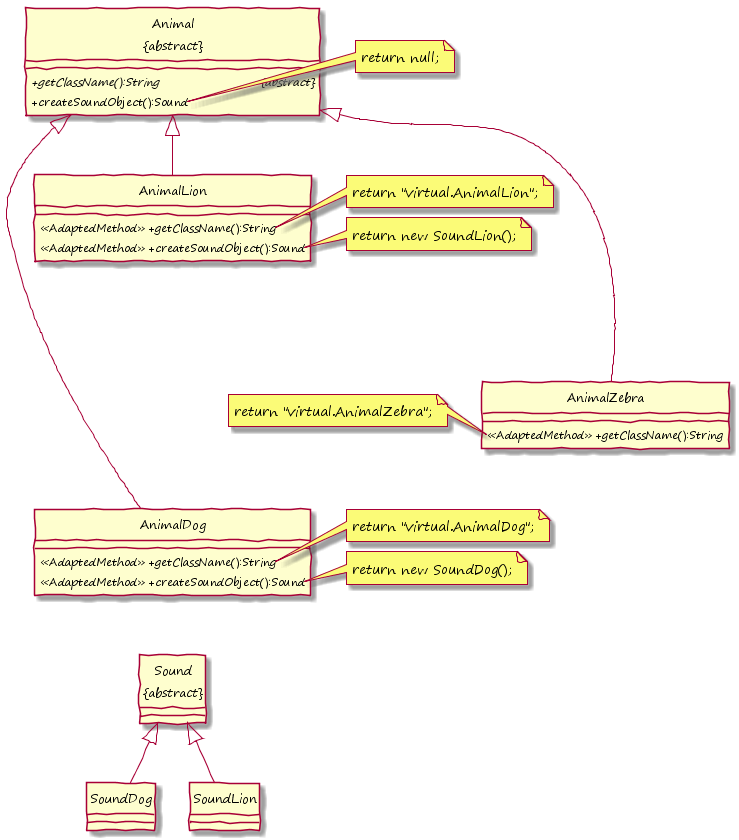
This is images/PlantUML_Modification_Implementation_Out.png from KirstenZa/xtend-etai, a PlantUML export, as it was before one commit.
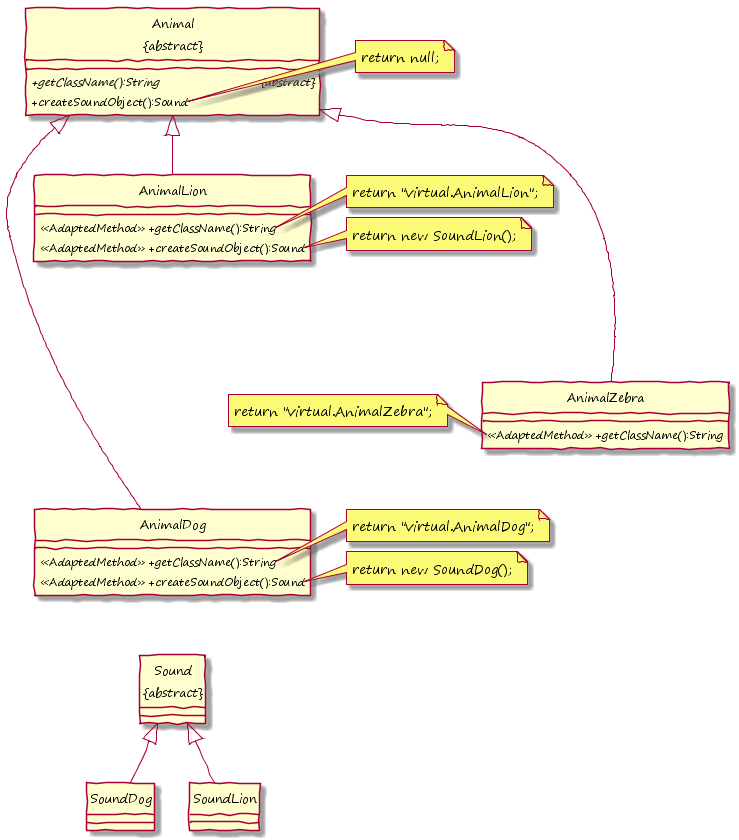
Later version of the same file.

Change to the diagram source:
```diff
@@ -39,27 +39,27 @@
 Animal <|-down- AnimalLion
 Animal <|--down-- AnimalZebra
 
-note right of Animal::createSoundObject
+note right of Animal::createSoundObject()
   return null;
 end note
 
-note right of AnimalDog::getClassName
+note right of AnimalDog::getClassName()
   return "virtual.AnimalDog";
 end note
 
-note right of AnimalDog::createSoundObject
+note right of AnimalDog::createSoundObject()
   return new SoundDog();
 end note
 
-note left of AnimalLion::getClassName
+note left of AnimalLion::getClassName()
   return "virtual.AnimalLion";
 end note
 
-note left of AnimalLion::createSoundObject
+note left of AnimalLion::createSoundObject()
   return new SoundLion();
 end note
 
-note left of AnimalZebra::getClassName
+note left of AnimalZebra::getClassName()
   return "virtual.AnimalZebra";
 end note
 
```
